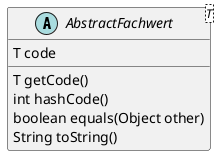
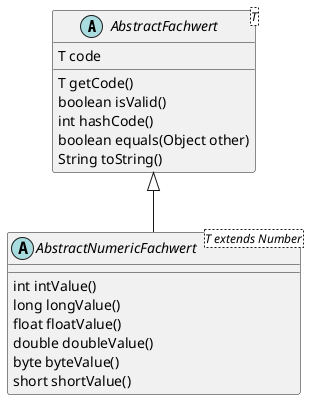
@startuml

abstract class AbstractFachwert<T> {

    T code

    T getCode()
+     boolean isValid()
    int hashCode()
    boolean equals(Object other)
    String toString()

}

+ abstract class AbstractNumericFachwert<T extends Number> extends AbstractFachwert {
+ 
+     int intValue()
+     long longValue()
+     float floatValue()
+     double doubleValue()
+     byte byteValue()
+     short shortValue()
+ 
+ }
+ 
@enduml
